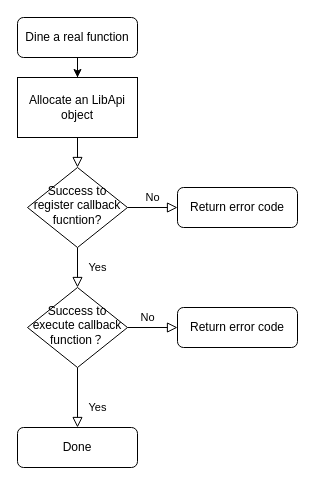
Before: 未命名绘图.drawio in Ablution-han220/UML, a draw.io diagram. Source tidied: cells renumbered, new cells numbered last; positions are measured from the earlier drawing's top-left corner, leaving out a move shared by most shapes. Both pictures are drawn from the tidied source at 100%, with x=0, y=0 at pixel (17, 17).
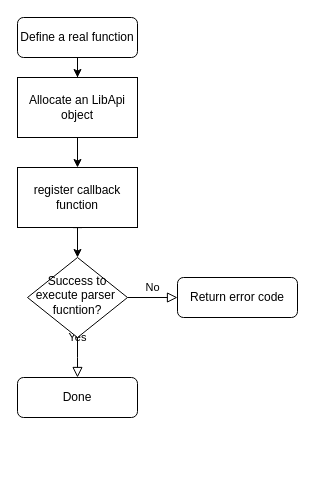
The same page after the edit.

Commit message:
更新未命名绘图.drawio

Change to the diagram source:
```diff
@@
 <mxGraphModel>
   <root>
     <mxCell id="0" />
     <mxCell id="1" parent="0" />
-    <mxCell id="2" style="rounded=0;html=1;jettySize=auto;fontSize=11;endArrow=block;endFill=0;endSize=8;strokeWidth=1;shadow=0;labelBackgroundColor=none;edgeStyle=orthogonalEdgeStyle;exitX=0.5;exitY=1;exitDx=0;exitDy=0;" parent="1" edge="1" source="14" target="7">
-      <mxGeometry relative="1" as="geometry" />
+    <mxCell id="2" style="rounded=0;html=1;jettySize=auto;fontSize=11;endArrow=block;endFill=0;endSize=8;strokeWidth=1;shadow=0;labelBackgroundColor=none;edgeStyle=orthogonalEdgeStyle;exitX=0.5;exitY=1;exitDx=0;exitDy=0;startArrow=none;" parent="1" edge="1" source="17">
+      <mxGeometry relative="1" as="geometry">
+        <mxPoint x="60" y="200" as="targetPoint" />
+      </mxGeometry>
     </mxCell>
     <mxCell id="3" style="edgeStyle=orthogonalEdgeStyle;rounded=0;jettySize=auto;html=1;" parent="1" edge="1" source="4" target="14">
       <mxGeometry relative="1" as="geometry" />
     </mxCell>
-    <mxCell id="4" value="Dine a real function" style="rounded=1;whiteSpace=wrap;html=1;fontSize=12;glass=0;strokeWidth=1;shadow=0;" parent="1" vertex="1">
+    <mxCell id="4" value="Define a real function" style="rounded=1;whiteSpace=wrap;html=1;fontSize=12;glass=0;strokeWidth=1;shadow=0;" parent="1" vertex="1">
       <mxGeometry width="120" height="40" as="geometry" />
     </mxCell>
-    <mxCell id="5" value="Yes" style="rounded=0;html=1;jettySize=auto;fontSize=11;endArrow=block;endFill=0;endSize=8;strokeWidth=1;shadow=0;labelBackgroundColor=none;edgeStyle=orthogonalEdgeStyle;" parent="1" edge="1" source="7" target="11">
-      <mxGeometry y="20" relative="1" as="geometry" />
+    <mxCell id="5" value="Yes" style="rounded=0;html=1;jettySize=auto;fontSize=11;endArrow=block;endFill=0;endSize=8;strokeWidth=1;shadow=0;labelBackgroundColor=none;edgeStyle=orthogonalEdgeStyle;" parent="1" edge="1" source="7">
+      <mxGeometry y="20" relative="1" as="geometry">
+        <mxPoint x="60" y="360" as="targetPoint" />
+      </mxGeometry>
     </mxCell>
     <mxCell id="6" value="No" style="edgeStyle=orthogonalEdgeStyle;rounded=0;html=1;jettySize=auto;fontSize=11;endArrow=block;endFill=0;endSize=8;strokeWidth=1;shadow=0;labelBackgroundColor=none;" parent="1" edge="1" source="7" target="8">
       <mxGeometry y="10" relative="1" as="geometry" />
     </mxCell>
-    <mxCell id="7" value="Success to register callback fucntion?" style="rhombus;whiteSpace=wrap;html=1;shadow=0;fontFamily=Helvetica;fontSize=12;align=center;strokeWidth=1;spacing=6;spacingTop=-4;" parent="1" vertex="1">
-      <mxGeometry x="10" y="150" width="100" height="80" as="geometry" />
+    <mxCell id="7" value="Success to execute parser&amp;nbsp; fucntion?" style="rhombus;whiteSpace=wrap;html=1;shadow=0;fontFamily=Helvetica;fontSize=12;align=center;strokeWidth=1;spacing=6;spacingTop=-4;" parent="1" vertex="1">
+      <mxGeometry x="10" y="240" width="100" height="80" as="geometry" />
     </mxCell>
     <mxCell id="8" value="Return error code" style="rounded=1;whiteSpace=wrap;html=1;fontSize=12;glass=0;strokeWidth=1;shadow=0;" parent="1" vertex="1">
-      <mxGeometry x="160" y="170" width="120" height="40" as="geometry" />
+      <mxGeometry x="160" y="260" width="120" height="40" as="geometry" />
     </mxCell>
-    <mxCell id="9" value="No" style="rounded=0;html=1;jettySize=auto;fontSize=11;endArrow=block;endFill=0;endSize=8;strokeWidth=1;shadow=0;labelBackgroundColor=none;edgeStyle=orthogonalEdgeStyle;" parent="1" edge="1" source="11" target="12">
-      <mxGeometry x="-1" y="86" relative="1" as="geometry">
-        <mxPoint x="-16" y="-50" as="offset" />
-      </mxGeometry>
-    </mxCell>
-    <mxCell id="10" value="Yes" style="edgeStyle=orthogonalEdgeStyle;rounded=0;html=1;jettySize=auto;fontSize=11;endArrow=block;endFill=0;endSize=8;strokeWidth=1;shadow=0;labelBackgroundColor=none;" parent="1" edge="1" source="11" target="13">
-      <mxGeometry x="-1" y="-85" relative="1" as="geometry">
-        <mxPoint x="-30" y="-5" as="offset" />
-      </mxGeometry>
-    </mxCell>
-    <mxCell id="11" value="Success to execute callback function？" style="rhombus;whiteSpace=wrap;html=1;shadow=0;fontFamily=Helvetica;fontSize=12;align=center;strokeWidth=1;spacing=6;spacingTop=-4;" parent="1" vertex="1">
-      <mxGeometry x="10" y="270" width="100" height="80" as="geometry" />
-    </mxCell>
     <mxCell id="12" value="Done" style="rounded=1;whiteSpace=wrap;html=1;fontSize=12;glass=0;strokeWidth=1;shadow=0;" parent="1" vertex="1">
-      <mxGeometry y="410" width="120" height="40" as="geometry" />
+      <mxGeometry y="360" width="120" height="40" as="geometry" />
     </mxCell>
-    <mxCell id="13" value="Return error code" style="rounded=1;whiteSpace=wrap;html=1;fontSize=12;glass=0;strokeWidth=1;shadow=0;" parent="1" vertex="1">
-      <mxGeometry x="160" y="290" width="120" height="40" as="geometry" />
-    </mxCell>
+    <mxCell id="15" style="edgeStyle=orthogonalEdgeStyle;rounded=0;jettySize=auto;html=1;exitX=0.5;exitY=1;exitDx=0;exitDy=0;entryX=0.5;entryY=0;entryDx=0;entryDy=0;" parent="1" edge="1" source="14" target="17">
+      <mxGeometry relative="1" as="geometry" />
+    </mxCell>
     <mxCell id="14" value="Allocate an LibApi object" style="rounded=0;whiteSpace=wrap;html=1;" parent="1" vertex="1">
       <mxGeometry y="60" width="120" height="60" as="geometry" />
     </mxCell>
+    <mxCell id="16" style="edgeStyle=orthogonalEdgeStyle;rounded=0;jettySize=auto;html=1;exitX=0.5;exitY=1;exitDx=0;exitDy=0;" parent="1" edge="1" source="17" target="7">
+      <mxGeometry relative="1" as="geometry" />
+    </mxCell>
+    <mxCell id="17" value="register callback function" style="rounded=0;whiteSpace=wrap;html=1;" parent="1" vertex="1">
+      <mxGeometry y="150" width="120" height="60" as="geometry" />
+    </mxCell>
   </root>
 </mxGraphModel>
```
